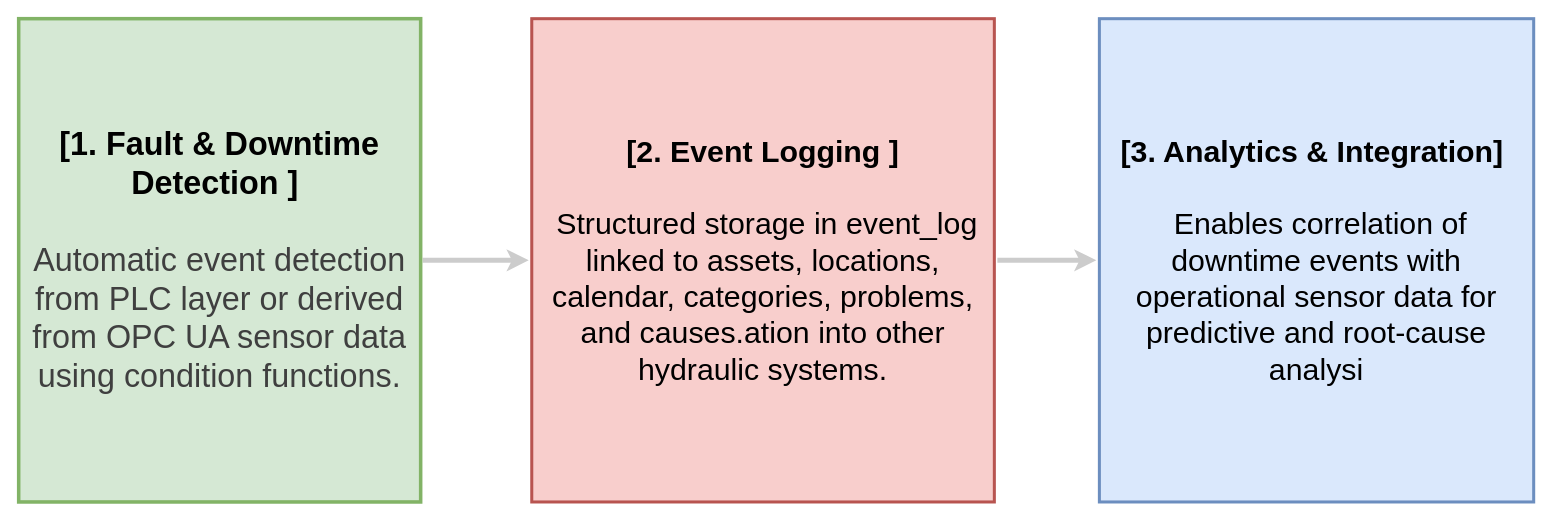
Above: images/production_manager_summ.drawio in manuelcaipocc/anomaly-detection-hydraulic-systems (draw.io), before the change. Source tidied: cells renumbered, new cells numbered last; positions are measured from the earlier drawing's top-left corner, leaving out a move shared by most shapes. Both pictures are drawn from the tidied source at 101%, with x=0, y=0 at pixel (18, 18).
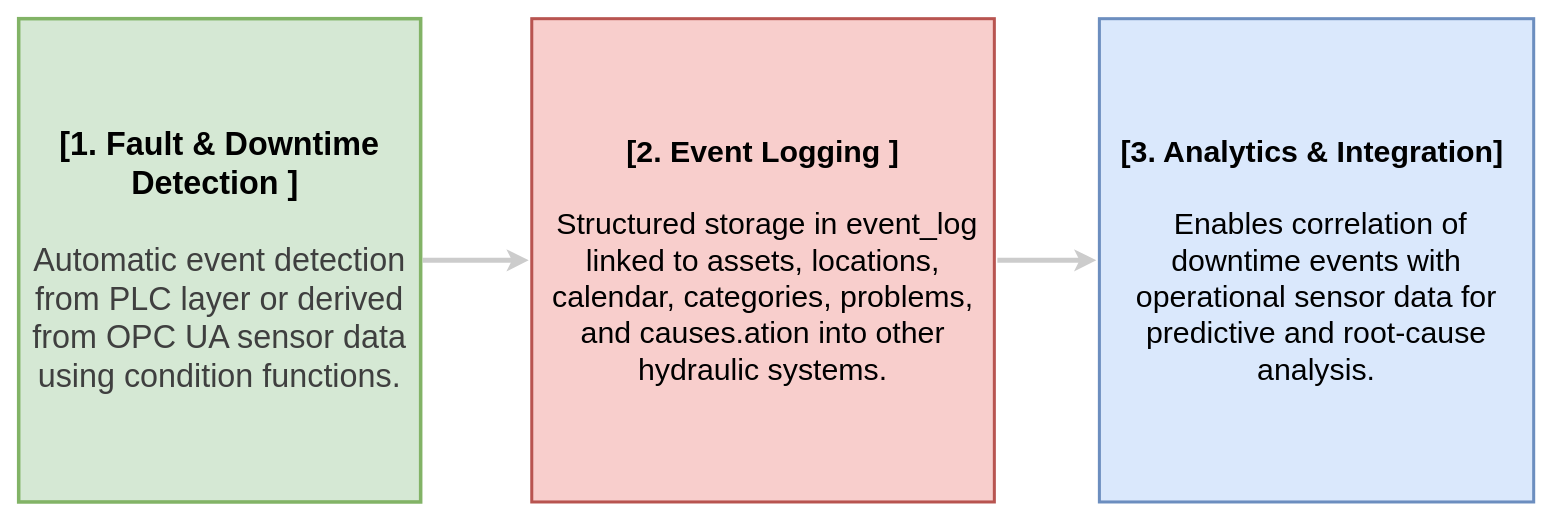
The same diagram, later.

What changed in the source:
```diff
@@
 <mxGraphModel>
   <root>
     <mxCell id="0" />
     <mxCell id="1" parent="0" />
     <mxCell id="2" style="edgeStyle=none;html=1;exitX=1;exitY=0.5;exitDx=0;exitDy=0;entryX=0;entryY=0.5;entryDx=0;entryDy=0;strokeWidth=5;strokeColor=#CCCCCC;" parent="1" edge="1" source="3" target="6">
       <mxGeometry relative="1" as="geometry" />
     </mxCell>
     <mxCell id="3" value="&lt;strong&gt;[1. Fault &amp;amp; Downtime Detection ]&lt;/strong&gt;&lt;strong style=&quot;color: rgb(63, 63, 63); background-color: transparent;&quot;&gt;&amp;nbsp;&lt;/strong&gt;&lt;div&gt;&lt;span style=&quot;color: rgb(63, 63, 63); background-color: transparent;&quot;&gt;&amp;nbsp;&lt;/span&gt;&lt;div&gt;&lt;span style=&quot;color: rgb(63, 63, 63); background-color: transparent;&quot;&gt;Automatic event detection from PLC layer or derived from OPC UA sensor data using condition functions.&lt;/span&gt;&lt;/div&gt;&lt;/div&gt;" style="rounded=0;whiteSpace=wrap;html=1;strokeColor=#82b366;strokeWidth=3.5;fontSize=32;perimeterSpacing=2;fillColor=#d5e8d4;" parent="1" vertex="1">
       <mxGeometry width="398" height="478.5" as="geometry" />
     </mxCell>
-    <mxCell id="4" value="&lt;strong&gt;[3. Analytics &amp;amp; Integration]&amp;nbsp;&lt;/strong&gt;&lt;div&gt;&lt;br&gt;&lt;/div&gt;&lt;div&gt;&amp;nbsp;Enables correlation of downtime events with operational sensor data for predictive and root-cause analysi&lt;/div&gt;" style="rounded=0;whiteSpace=wrap;html=1;strokeColor=#6c8ebf;strokeWidth=3;fontSize=30;perimeterSpacing=3;fillColor=#dae8fc;" parent="1" vertex="1">
+    <mxCell id="4" value="&lt;strong&gt;[3. Analytics &amp;amp; Integration]&amp;nbsp;&lt;/strong&gt;&lt;div&gt;&lt;br&gt;&lt;/div&gt;&lt;div&gt;&amp;nbsp;Enables correlation of downtime events with operational sensor data for predictive and root-cause analysis.&lt;/div&gt;" style="rounded=0;whiteSpace=wrap;html=1;strokeColor=#6c8ebf;strokeWidth=3;fontSize=30;perimeterSpacing=3;fillColor=#dae8fc;" parent="1" vertex="1">
       <mxGeometry x="1070" width="430" height="478.5" as="geometry" />
     </mxCell>
     <mxCell id="5" style="edgeStyle=none;html=1;exitX=1;exitY=0.5;exitDx=0;exitDy=0;entryX=0;entryY=0.5;entryDx=0;entryDy=0;strokeWidth=5;strokeColor=#CCCCCC;" parent="1" edge="1" source="6" target="4">
       <mxGeometry relative="1" as="geometry" />
     </mxCell>
     <mxCell id="6" value="&lt;b&gt;[2. Event Logging ]&lt;/b&gt;&lt;div&gt;&lt;b&gt;&lt;br&gt;&lt;/b&gt;&lt;div&gt;&amp;nbsp;Structured storage in event_log linked to assets, locations, calendar, categories, problems, and causes.ation into other hydraulic systems.&lt;/div&gt;&lt;/div&gt;" style="rounded=0;whiteSpace=wrap;html=1;strokeWidth=3;strokeColor=#b85450;fontSize=30;perimeterSpacing=3;fillColor=#f8cecc;" parent="1" vertex="1">
       <mxGeometry x="508" width="458" height="478.5" as="geometry" />
     </mxCell>
   </root>
 </mxGraphModel>
```
